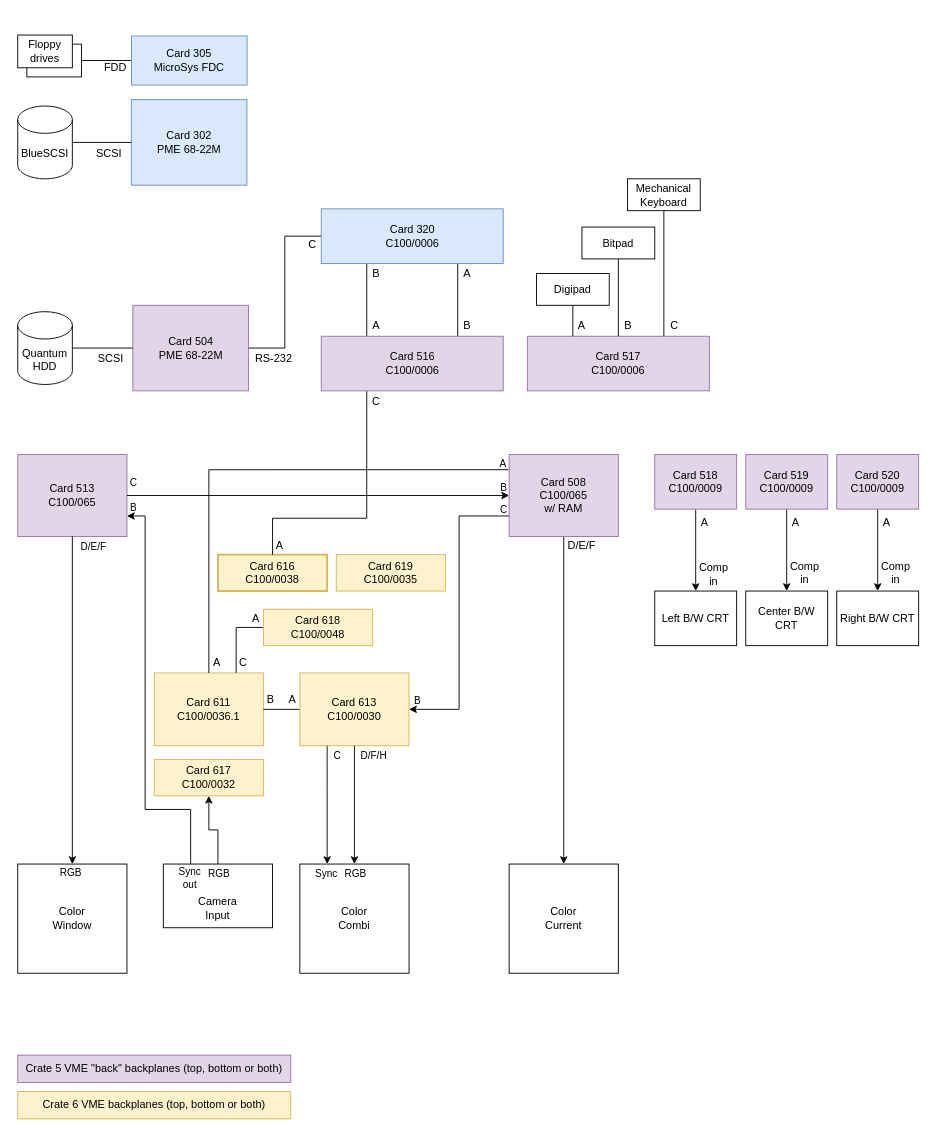
Before: page "Block diagram" (2 of 2) of hardware/Aesthedes 2 HW.drawio in egueli/Aesthedes-notes, a draw.io diagram. Source tidied: cells renumbered, new cells numbered last; positions are measured from the earlier drawing's top-left corner, leaving out a move shared by most shapes. Both pictures are drawn from the tidied source at 91%, with x=0, y=0 at pixel (17, 35).
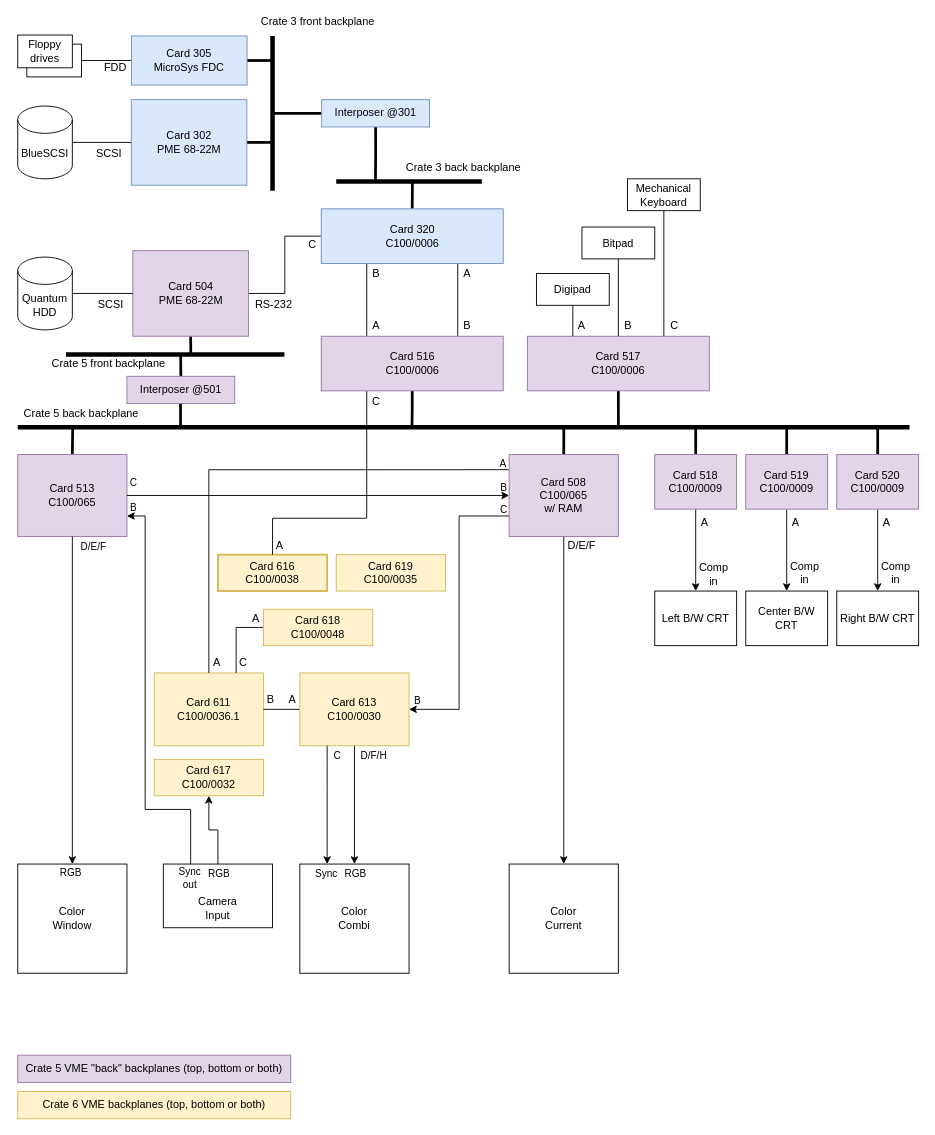
Above is the later version.

Commit message:
add backplanes for crates 3 and 5

The change refers to these unchanged cells:
```xml
<mxCell id="11" value="Card 513&lt;div&gt;C100/065&lt;/div&gt;" style="rounded=0;whiteSpace=wrap;html=1;fillColor=#e1d5e7;strokeColor=#9673a6;" parent="1" vertex="1">
  <mxGeometry y="461" width="120" height="90" as="geometry" />
</mxCell>
<mxCell id="16" value="&lt;div&gt;Card 508&lt;/div&gt;&lt;div&gt;C100/065&lt;/div&gt;&lt;div&gt;w/ RAM&lt;/div&gt;" style="rounded=0;whiteSpace=wrap;html=1;fillColor=#e1d5e7;strokeColor=#9673a6;" parent="1" vertex="1">
  <mxGeometry x="540" y="461" width="120" height="90" as="geometry" />
</mxCell>
<mxCell id="49" value="Card 516&lt;div&gt;C100/0006&lt;/div&gt;" style="rounded=0;whiteSpace=wrap;html=1;fillColor=#e1d5e7;strokeColor=#9673a6;" parent="1" vertex="1">
  <mxGeometry x="333.5" y="331" width="200" height="60" as="geometry" />
</mxCell>
<mxCell id="54" value="&lt;div&gt;Card 320&lt;/div&gt;&lt;div&gt;C100/0006&lt;/div&gt;" style="whiteSpace=wrap;html=1;fillColor=#dae8fc;strokeColor=#6c8ebf;rounded=0;" parent="1" vertex="1">
  <mxGeometry x="333.5" y="191" width="200" height="60" as="geometry" />
</mxCell>
<mxCell id="65" value="Card 302&lt;div&gt;PME 68-22M&lt;/div&gt;" style="rounded=0;whiteSpace=wrap;html=1;fillColor=#dae8fc;strokeColor=#6c8ebf;" parent="1" vertex="1">
  <mxGeometry x="124.8" y="71" width="127" height="94" as="geometry" />
</mxCell>
<mxCell id="70" value="Card 305&lt;div&gt;MicroSys FDC&lt;/div&gt;" style="rounded=0;whiteSpace=wrap;html=1;fillColor=#dae8fc;strokeColor=#6c8ebf;" parent="1" vertex="1">
  <mxGeometry x="125" y="1" width="127" height="54" as="geometry" />
</mxCell>
<mxCell id="75" value="Card 517&lt;div&gt;C100/0006&lt;/div&gt;" style="rounded=0;whiteSpace=wrap;html=1;fillColor=#e1d5e7;strokeColor=#9673a6;" parent="1" vertex="1">
  <mxGeometry x="560" y="331" width="200" height="60" as="geometry" />
</mxCell>
<mxCell id="86" value="Card 518&lt;div&gt;C100/0009&lt;/div&gt;" style="rounded=0;whiteSpace=wrap;html=1;fillColor=#e1d5e7;strokeColor=#9673a6;" parent="1" vertex="1">
  <mxGeometry x="700" y="461" width="90" height="60" as="geometry" />
</mxCell>
<mxCell id="88" value="Card 519&lt;div&gt;C100/0009&lt;/div&gt;" style="rounded=0;whiteSpace=wrap;html=1;fillColor=#e1d5e7;strokeColor=#9673a6;" parent="1" vertex="1">
  <mxGeometry x="800" y="461" width="90" height="60" as="geometry" />
</mxCell>
<mxCell id="90" value="Card 520&lt;div&gt;C100/0009&lt;/div&gt;" style="rounded=0;whiteSpace=wrap;html=1;fillColor=#e1d5e7;strokeColor=#9673a6;" parent="1" vertex="1">
  <mxGeometry x="900" y="461" width="90" height="60" as="geometry" />
</mxCell>
```

What changed in the source:
```diff
@@
+    <mxCell id="100" style="edgeStyle=orthogonalEdgeStyle;rounded=0;jettySize=auto;html=1;exitX=0.5;exitY=0;exitDx=0;exitDy=0;endArrow=none;endFill=0;strokeWidth=3;" parent="1" edge="1" source="11">
+      <mxGeometry relative="1" as="geometry">
+        <mxPoint x="60.4" y="431" as="targetPoint" />
+      </mxGeometry>
+    </mxCell>
@@
+    <mxCell id="101" style="edgeStyle=orthogonalEdgeStyle;rounded=0;jettySize=auto;html=1;exitX=0.5;exitY=0;exitDx=0;exitDy=0;endArrow=none;endFill=0;strokeWidth=3;" parent="1" edge="1" source="16">
+      <mxGeometry relative="1" as="geometry">
+        <mxPoint x="600.1" y="431" as="targetPoint" />
+      </mxGeometry>
+    </mxCell>
@@
+    <mxCell id="102" style="edgeStyle=orthogonalEdgeStyle;rounded=0;jettySize=auto;html=1;exitX=0.5;exitY=1;exitDx=0;exitDy=0;endArrow=none;endFill=0;strokeWidth=3;" parent="1" edge="1" source="49">
+      <mxGeometry relative="1" as="geometry">
+        <mxPoint x="433.2" y="431" as="targetPoint" />
+      </mxGeometry>
+    </mxCell>
@@
+    <mxCell id="103" style="edgeStyle=orthogonalEdgeStyle;rounded=0;jettySize=auto;html=1;exitX=0.5;exitY=0;exitDx=0;exitDy=0;endArrow=none;endFill=0;strokeWidth=3;" parent="1" edge="1" source="54">
+      <mxGeometry relative="1" as="geometry">
+        <mxPoint x="433.7" y="161" as="targetPoint" />
+      </mxGeometry>
+    </mxCell>
@@
+    <mxCell id="104" style="edgeStyle=orthogonalEdgeStyle;rounded=0;jettySize=auto;html=1;exitX=0.5;exitY=1;exitDx=0;exitDy=0;strokeWidth=3;endArrow=none;endFill=0;" parent="1" edge="1" source="59">
+      <mxGeometry relative="1" as="geometry">
+        <mxPoint x="190.2" y="351" as="targetPoint" />
+      </mxGeometry>
+    </mxCell>
     <mxCell id="59" value="Card 504&lt;div&gt;PME 68-22M&lt;/div&gt;" style="rounded=0;whiteSpace=wrap;html=1;fillColor=#e1d5e7;strokeColor=#9673a6;" parent="1" vertex="1">
-      <mxGeometry x="126.5" y="297" width="127" height="94" as="geometry" />
+      <mxGeometry x="126.5" y="237" width="127" height="94" as="geometry" />
     </mxCell>
@@
     <mxCell id="61" value="RS-232" style="text;html=1;whiteSpace=wrap;strokeColor=none;fillColor=none;align=center;verticalAlign=middle;rounded=0;" parent="1" vertex="1">
-      <mxGeometry x="258.5" y="351" width="45" height="10" as="geometry" />
+      <mxGeometry x="258.5" y="291" width="45" height="10" as="geometry" />
     </mxCell>
     <mxCell id="62" value="Quantum HDD" style="shape=cylinder3;whiteSpace=wrap;html=1;boundedLbl=1;backgroundOutline=1;size=15;" parent="1" vertex="1">
-      <mxGeometry y="304" width="60" height="80" as="geometry" />
+      <mxGeometry y="244" width="60" height="80" as="geometry" />
     </mxCell>
@@
     <mxCell id="64" value="SCSI" style="text;html=1;whiteSpace=wrap;strokeColor=none;fillColor=none;align=center;verticalAlign=middle;rounded=0;" parent="1" vertex="1">
-      <mxGeometry x="80" y="351" width="45" height="10" as="geometry" />
+      <mxGeometry x="80" y="291" width="45" height="10" as="geometry" />
     </mxCell>
+    <mxCell id="105" style="edgeStyle=orthogonalEdgeStyle;rounded=0;jettySize=auto;html=1;exitX=1;exitY=0.5;exitDx=0;exitDy=0;endArrow=none;endFill=0;strokeWidth=3;" parent="1" edge="1" source="65">
+      <mxGeometry relative="1" as="geometry">
+        <mxPoint x="280" y="117.9" as="targetPoint" />
+      </mxGeometry>
+    </mxCell>
@@
+    <mxCell id="106" style="edgeStyle=orthogonalEdgeStyle;rounded=0;jettySize=auto;html=1;exitX=1;exitY=0.5;exitDx=0;exitDy=0;endArrow=none;endFill=0;strokeWidth=3;" parent="1" edge="1" source="70">
+      <mxGeometry relative="1" as="geometry">
+        <mxPoint x="280" y="27.9" as="targetPoint" />
+      </mxGeometry>
+    </mxCell>
@@
+    <mxCell id="107" style="edgeStyle=orthogonalEdgeStyle;rounded=0;jettySize=auto;html=1;exitX=0.5;exitY=1;exitDx=0;exitDy=0;endArrow=none;endFill=0;strokeWidth=3;" parent="1" edge="1" source="75">
+      <mxGeometry relative="1" as="geometry">
+        <mxPoint x="660.1" y="431" as="targetPoint" />
+      </mxGeometry>
+    </mxCell>
@@
+    <mxCell id="108" style="edgeStyle=orthogonalEdgeStyle;rounded=0;jettySize=auto;html=1;exitX=0.5;exitY=0;exitDx=0;exitDy=0;endArrow=none;endFill=0;strokeWidth=3;" parent="1" edge="1" source="86">
+      <mxGeometry relative="1" as="geometry">
+        <mxPoint x="745" y="431" as="targetPoint" />
+      </mxGeometry>
+    </mxCell>
@@
+    <mxCell id="109" style="edgeStyle=orthogonalEdgeStyle;rounded=0;jettySize=auto;html=1;exitX=0.5;exitY=0;exitDx=0;exitDy=0;endArrow=none;endFill=0;strokeWidth=3;" parent="1" edge="1" source="88">
+      <mxGeometry relative="1" as="geometry">
+        <mxPoint x="845" y="431" as="targetPoint" />
+      </mxGeometry>
+    </mxCell>
@@
+    <mxCell id="110" style="edgeStyle=orthogonalEdgeStyle;rounded=0;jettySize=auto;html=1;exitX=0.5;exitY=0;exitDx=0;exitDy=0;endArrow=none;endFill=0;strokeWidth=3;" parent="1" edge="1" source="90">
+      <mxGeometry relative="1" as="geometry">
+        <mxPoint x="945" y="431" as="targetPoint" />
+      </mxGeometry>
+    </mxCell>
@@
+    <mxCell id="111" style="endArrow=none;html=1;rounded=0;strokeWidth=5;" parent="1" edge="1">
+      <mxGeometry relative="1" as="geometry">
+        <mxPoint y="431" as="sourcePoint" />
+        <mxPoint x="980" y="431" as="targetPoint" />
+      </mxGeometry>
+    </mxCell>
+    <mxCell id="112" style="edgeStyle=orthogonalEdgeStyle;rounded=0;jettySize=auto;html=1;endArrow=none;endFill=0;strokeWidth=3;entryX=0.497;entryY=0.916;entryDx=0;entryDy=0;entryPerimeter=0;" parent="1" edge="1" target="115">
+      <mxGeometry relative="1" as="geometry">
+        <mxPoint x="189.5" y="431" as="sourcePoint" />
+      </mxGeometry>
+    </mxCell>
+    <mxCell id="113" style="endArrow=none;html=1;rounded=0;strokeWidth=5;" parent="1" edge="1">
+      <mxGeometry relative="1" as="geometry">
+        <mxPoint x="53" y="351" as="sourcePoint" />
+        <mxPoint x="293" y="351" as="targetPoint" />
+      </mxGeometry>
+    </mxCell>
+    <mxCell id="114" style="edgeStyle=orthogonalEdgeStyle;rounded=0;jettySize=auto;html=1;exitX=0.5;exitY=0;exitDx=0;exitDy=0;strokeWidth=3;endArrow=none;endFill=0;" parent="1" edge="1" source="115">
+      <mxGeometry relative="1" as="geometry">
+        <mxPoint x="179" y="351" as="targetPoint" />
+      </mxGeometry>
+    </mxCell>
+    <mxCell id="115" value="Interposer @501" style="rounded=0;whiteSpace=wrap;html=1;fillColor=#e1d5e7;strokeColor=#9673a6;" parent="1" vertex="1">
+      <mxGeometry x="120" y="375" width="118.5" height="30" as="geometry" />
+    </mxCell>
+    <mxCell id="116" value="Crate 5 back backplane" style="text;html=1;whiteSpace=wrap;strokeColor=none;fillColor=none;align=center;verticalAlign=middle;rounded=0;" parent="1" vertex="1">
+      <mxGeometry y="411" width="140" height="10" as="geometry" />
+    </mxCell>
+    <mxCell id="117" value="Crate 5 front backplane" style="text;html=1;whiteSpace=wrap;strokeColor=none;fillColor=none;align=center;verticalAlign=middle;rounded=0;" parent="1" vertex="1">
+      <mxGeometry x="10" y="356" width="180" height="10" as="geometry" />
+    </mxCell>
+    <mxCell id="118" style="endArrow=none;html=1;rounded=0;strokeWidth=5;" parent="1" edge="1">
+      <mxGeometry relative="1" as="geometry">
+        <mxPoint x="280" y="171" as="sourcePoint" />
+        <mxPoint x="280" y="1" as="targetPoint" />
+      </mxGeometry>
+    </mxCell>
+    <mxCell id="119" style="edgeStyle=orthogonalEdgeStyle;rounded=0;jettySize=auto;html=1;exitX=0;exitY=0.5;exitDx=0;exitDy=0;endArrow=none;endFill=0;strokeWidth=3;" parent="1" edge="1" source="121">
+      <mxGeometry relative="1" as="geometry">
+        <mxPoint x="280" y="86" as="targetPoint" />
+      </mxGeometry>
+    </mxCell>
+    <mxCell id="120" style="edgeStyle=orthogonalEdgeStyle;rounded=0;jettySize=auto;html=1;exitX=0.5;exitY=1;exitDx=0;exitDy=0;endArrow=none;endFill=0;strokeWidth=3;" parent="1" edge="1" source="121">
+      <mxGeometry relative="1" as="geometry">
+        <mxPoint x="393.1" y="161" as="targetPoint" />
+      </mxGeometry>
+    </mxCell>
+    <mxCell id="121" value="Interposer @301" style="rounded=0;whiteSpace=wrap;html=1;fillColor=#dae8fc;strokeColor=#6c8ebf;" parent="1" vertex="1">
+      <mxGeometry x="334" y="71" width="118.5" height="30" as="geometry" />
+    </mxCell>
+    <mxCell id="122" style="endArrow=none;html=1;rounded=0;strokeWidth=5;" parent="1" edge="1">
+      <mxGeometry relative="1" as="geometry">
+        <mxPoint x="350" y="161" as="sourcePoint" />
+        <mxPoint x="510" y="161" as="targetPoint" />
+      </mxGeometry>
+    </mxCell>
+    <mxCell id="123" value="Crate 3 front backplane" style="text;html=1;whiteSpace=wrap;strokeColor=none;fillColor=none;align=center;verticalAlign=middle;rounded=0;" parent="1" vertex="1">
+      <mxGeometry x="265" y="-19" width="130" height="10" as="geometry" />
+    </mxCell>
+    <mxCell id="124" value="Crate 3 back backplane" style="text;html=1;whiteSpace=wrap;strokeColor=none;fillColor=none;align=center;verticalAlign=middle;rounded=0;" parent="1" vertex="1">
+      <mxGeometry x="420" y="141" width="140" height="10" as="geometry" />
+    </mxCell>
```
